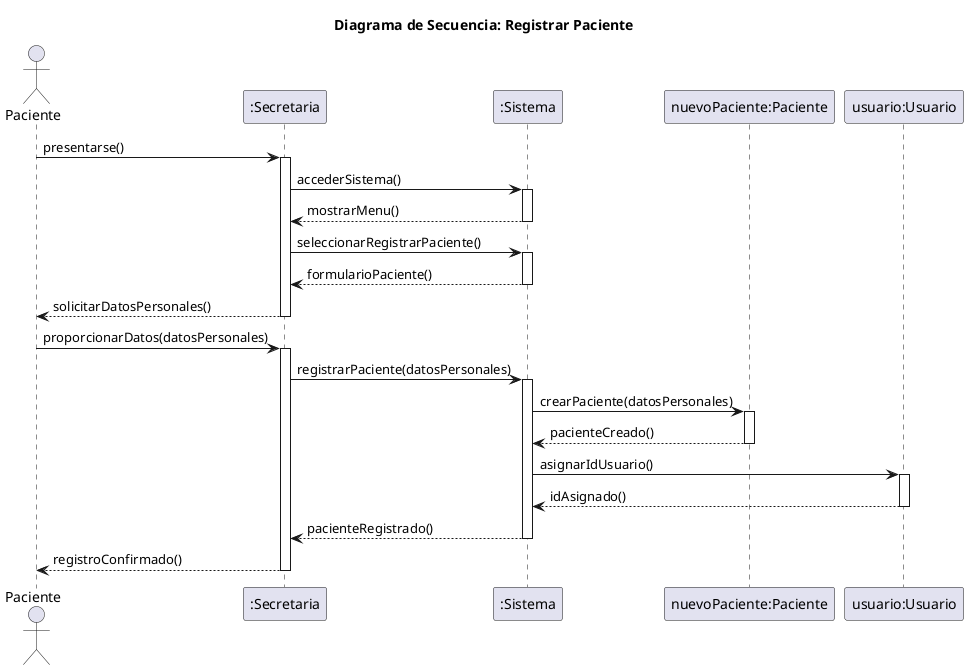
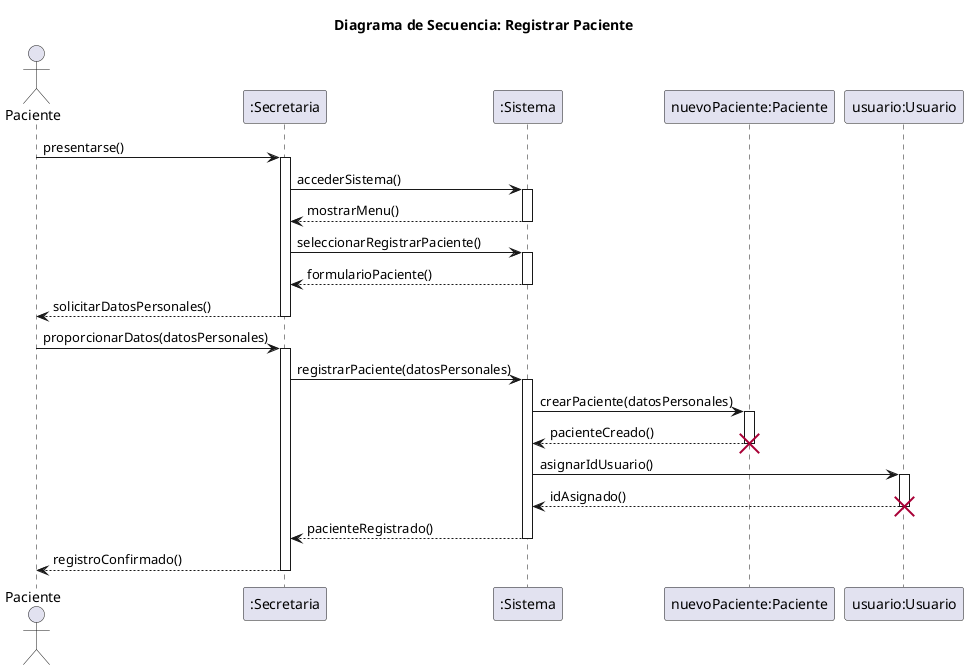
@startuml registrarPaciente
title Diagrama de Secuencia: Registrar Paciente

actor Paciente
participant ":Secretaria" as secretaria
participant ":Sistema" as sistema
participant "nuevoPaciente:Paciente" as nuevoPaciente
participant "usuario:Usuario" as usuario

Paciente -> secretaria: presentarse()
activate secretaria
secretaria -> sistema: accederSistema()
activate sistema
sistema --> secretaria: mostrarMenu()
deactivate sistema
secretaria -> sistema: seleccionarRegistrarPaciente()
activate sistema
sistema --> secretaria: formularioPaciente()
deactivate sistema
secretaria --> Paciente: solicitarDatosPersonales()
deactivate secretaria

Paciente -> secretaria: proporcionarDatos(datosPersonales)
activate secretaria
secretaria -> sistema: registrarPaciente(datosPersonales)
activate sistema
sistema -> nuevoPaciente: crearPaciente(datosPersonales)
activate nuevoPaciente
nuevoPaciente --> sistema: pacienteCreado()
deactivate nuevoPaciente
+ destroy nuevoPaciente
+ 
sistema -> usuario: asignarIdUsuario()
activate usuario
usuario --> sistema: idAsignado()
deactivate usuario
+ destroy usuario
+ 
sistema --> secretaria: pacienteRegistrado()
deactivate sistema
secretaria --> Paciente: registroConfirmado()
deactivate secretaria
@enduml